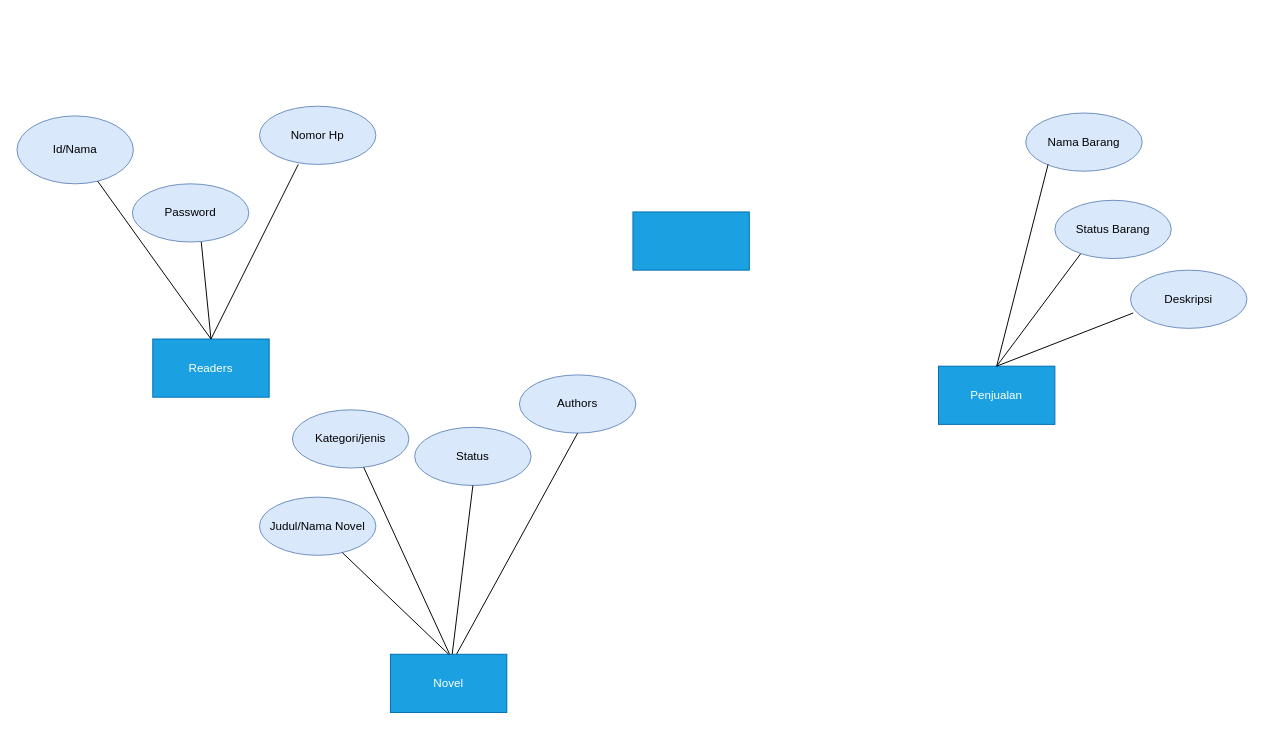
Nurrohman10/IF214002-2 keeps this draw.io diagram as page "Page-1" (1 of 2) of Pertemuan2Diagram.drawio. Above is the earlier version. Source tidied: cells renumbered, new cells numbered last; positions are measured from the earlier drawing's top-left corner, leaving out a move shared by most shapes. Both pictures are drawn from the tidied source at 97%, with x=0, y=0 at pixel (16, 106).
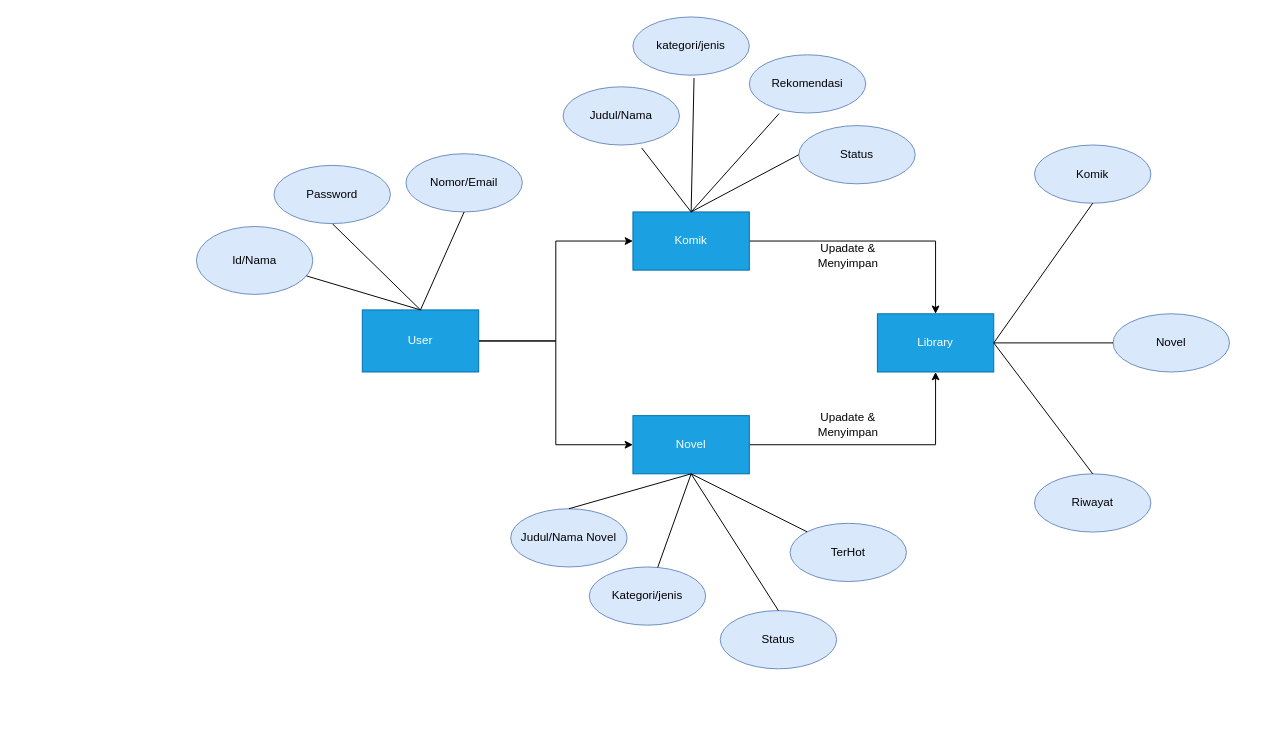
Above is the later version.

What changed in the source:
```diff
@@
+    <mxCell id="26" style="edgeStyle=orthogonalEdgeStyle;rounded=0;jettySize=auto;html=1;entryX=0;entryY=0.5;entryDx=0;entryDy=0;" parent="1" edge="1" source="2" target="9">
+      <mxGeometry relative="1" as="geometry" />
+    </mxCell>
+    <mxCell id="27" style="edgeStyle=orthogonalEdgeStyle;rounded=0;jettySize=auto;html=1;entryX=0;entryY=0.5;entryDx=0;entryDy=0;" parent="1" edge="1" source="2" target="25">
+      <mxGeometry relative="1" as="geometry" />
+    </mxCell>
-    <mxCell id="2" value="Readers" style="rounded=0;whiteSpace=wrap;html=1;fillColor=#1ba1e2;strokeColor=#006EAF;fontColor=#ffffff;" parent="1" vertex="1">
-      <mxGeometry x="140" y="240" width="120" height="60" as="geometry" />
+    <mxCell id="2" value="User" style="rounded=0;whiteSpace=wrap;html=1;fillColor=#1ba1e2;strokeColor=#006EAF;fontColor=#ffffff;" parent="1" vertex="1">
+      <mxGeometry x="356" y="210" width="120" height="64" as="geometry" />
     </mxCell>
     <mxCell id="3" value="Id/Nama" style="ellipse;whiteSpace=wrap;html=1;fillColor=#dae8fc;strokeColor=#6c8ebf;" parent="1" vertex="1">
-      <mxGeometry y="10" width="120" height="70" as="geometry" />
+      <mxGeometry x="185" y="124" width="120" height="70" as="geometry" />
     </mxCell>
@@
-    <mxCell id="5" style="endArrow=none;html=1;rounded=0;" parent="1" edge="1">
-      <mxGeometry relative="1" as="geometry">
-        <mxPoint x="200" y="240" as="sourcePoint" />
-        <mxPoint x="190" y="140" as="targetPoint" />
-      </mxGeometry>
+    <mxCell id="5" style="endArrow=none;html=1;rounded=0;exitX=0.5;exitY=0;exitDx=0;exitDy=0;entryX=0.5;entryY=1;entryDx=0;entryDy=0;" parent="1" edge="1" source="2" target="7">
+      <mxGeometry relative="1" as="geometry" />
     </mxCell>
-    <mxCell id="6" value="Nomor Hp" style="ellipse;whiteSpace=wrap;html=1;fillColor=#dae8fc;strokeColor=#6c8ebf;" parent="1" vertex="1">
-      <mxGeometry x="250" width="120" height="60" as="geometry" />
+    <mxCell id="6" value="Nomor/Email" style="ellipse;whiteSpace=wrap;html=1;fillColor=#dae8fc;strokeColor=#6c8ebf;" parent="1" vertex="1">
+      <mxGeometry x="401" y="49" width="120" height="60" as="geometry" />
     </mxCell>
     <mxCell id="7" value="Password" style="ellipse;whiteSpace=wrap;html=1;fillColor=#dae8fc;strokeColor=#6c8ebf;" parent="1" vertex="1">
-      <mxGeometry x="119" y="80" width="120" height="60" as="geometry" />
+      <mxGeometry x="265" y="61" width="120" height="60" as="geometry" />
     </mxCell>
-    <mxCell id="8" style="endArrow=none;html=1;rounded=0;" parent="1" edge="1">
-      <mxGeometry relative="1" as="geometry">
-        <mxPoint x="200" y="240" as="sourcePoint" />
-        <mxPoint x="290" y="60" as="targetPoint" />
-      </mxGeometry>
+    <mxCell id="8" style="endArrow=none;html=1;rounded=0;entryX=0.5;entryY=1;entryDx=0;entryDy=0;exitX=0.5;exitY=0;exitDx=0;exitDy=0;" parent="1" edge="1" source="2" target="6">
+      <mxGeometry relative="1" as="geometry" />
     </mxCell>
+    <mxCell id="28" style="edgeStyle=orthogonalEdgeStyle;rounded=0;jettySize=auto;html=1;entryX=0.5;entryY=1;entryDx=0;entryDy=0;" parent="1" edge="1" source="9" target="38">
+      <mxGeometry relative="1" as="geometry" />
+    </mxCell>
     <mxCell id="9" value="Novel" style="rounded=0;whiteSpace=wrap;html=1;fillColor=#1ba1e2;strokeColor=#006EAF;fontColor=#ffffff;" parent="1" vertex="1">
-      <mxGeometry x="385" y="565" width="120" height="60" as="geometry" />
+      <mxGeometry x="635" y="319" width="120" height="60" as="geometry" />
     </mxCell>
     <mxCell id="10" value="Judul/Nama Novel" style="ellipse;whiteSpace=wrap;html=1;fillColor=#dae8fc;strokeColor=#6c8ebf;" parent="1" vertex="1">
-      <mxGeometry x="250" y="403" width="120" height="60" as="geometry" />
+      <mxGeometry x="509" y="415" width="120" height="60" as="geometry" />
     </mxCell>
     <mxCell id="11" value="Kategori/jenis" style="ellipse;whiteSpace=wrap;html=1;fillColor=#dae8fc;strokeColor=#6c8ebf;" parent="1" vertex="1">
-      <mxGeometry x="284" y="313" width="120" height="60" as="geometry" />
+      <mxGeometry x="590" y="475" width="120" height="60" as="geometry" />
     </mxCell>
     <mxCell id="12" value="Status" style="ellipse;whiteSpace=wrap;html=1;fillColor=#dae8fc;strokeColor=#6c8ebf;" parent="1" vertex="1">
-      <mxGeometry x="410" y="331" width="120" height="60" as="geometry" />
+      <mxGeometry x="725" y="520" width="120" height="60" as="geometry" />
     </mxCell>
-    <mxCell id="13" value="Authors" style="ellipse;whiteSpace=wrap;html=1;fillColor=#dae8fc;strokeColor=#6c8ebf;" parent="1" vertex="1">
-      <mxGeometry x="518" y="277" width="120" height="60" as="geometry" />
+    <mxCell id="13" value="TerHot" style="ellipse;whiteSpace=wrap;html=1;fillColor=#dae8fc;strokeColor=#6c8ebf;" parent="1" vertex="1">
+      <mxGeometry x="797" y="430" width="120" height="60" as="geometry" />
     </mxCell>
-    <mxCell id="14" style="endArrow=none;html=1;rounded=0;entryX=0.712;entryY=0.954;entryDx=0;entryDy=0;entryPerimeter=0;exitX=0.5;exitY=0;exitDx=0;exitDy=0;" parent="1" edge="1" source="9" target="10">
-      <mxGeometry relative="1" as="geometry" />
-    </mxCell>
-    <mxCell id="15" style="endArrow=none;html=1;rounded=0;" parent="1" edge="1" target="11">
-      <mxGeometry relative="1" as="geometry">
-        <mxPoint x="446" y="565" as="sourcePoint" />
-      </mxGeometry>
+    <mxCell id="15" style="endArrow=none;html=1;rounded=0;exitX=0.5;exitY=1;exitDx=0;exitDy=0;" parent="1" edge="1" source="9" target="11">
+      <mxGeometry relative="1" as="geometry" />
     </mxCell>
-    <mxCell id="16" style="endArrow=none;html=1;rounded=0;entryX=0.5;entryY=1;entryDx=0;entryDy=0;" parent="1" edge="1" source="9" target="12">
+    <mxCell id="16" style="endArrow=none;html=1;rounded=0;entryX=0.5;entryY=0;entryDx=0;entryDy=0;exitX=0.5;exitY=1;exitDx=0;exitDy=0;" parent="1" edge="1" source="9" target="12">
       <mxGeometry relative="1" as="geometry" />
     </mxCell>
+    <mxCell id="29" style="edgeStyle=orthogonalEdgeStyle;rounded=0;jettySize=auto;html=1;entryX=0.5;entryY=0;entryDx=0;entryDy=0;" parent="1" edge="1" source="25" target="38">
+      <mxGeometry relative="1" as="geometry" />
+    </mxCell>
+    <mxCell id="25" value="Komik" style="rounded=0;whiteSpace=wrap;html=1;fillColor=#1ba1e2;fontColor=#ffffff;strokeColor=#006EAF;" parent="1" vertex="1">
+      <mxGeometry x="635" y="109" width="120" height="60" as="geometry" />
+    </mxCell>
+    <mxCell id="30" value="Judul/Nama" style="ellipse;whiteSpace=wrap;html=1;fillColor=#dae8fc;strokeColor=#6c8ebf;" parent="1" vertex="1">
+      <mxGeometry x="563" y="-20" width="120" height="60" as="geometry" />
+    </mxCell>
+    <mxCell id="31" value="Status" style="ellipse;whiteSpace=wrap;html=1;fillColor=#dae8fc;strokeColor=#6c8ebf;" parent="1" vertex="1">
+      <mxGeometry x="806" y="20" width="120" height="60" as="geometry" />
+    </mxCell>
+    <mxCell id="32" value="Rekomendasi" style="ellipse;whiteSpace=wrap;html=1;fillColor=#dae8fc;strokeColor=#6c8ebf;" parent="1" vertex="1">
+      <mxGeometry x="755" y="-53" width="120" height="60" as="geometry" />
+    </mxCell>
+    <mxCell id="33" value="kategori/jenis" style="ellipse;whiteSpace=wrap;html=1;fillColor=#dae8fc;strokeColor=#6c8ebf;" parent="1" vertex="1">
+      <mxGeometry x="635" y="-92" width="120" height="60" as="geometry" />
+    </mxCell>
+    <mxCell id="34" style="endArrow=none;html=1;rounded=0;entryX=0.675;entryY=1.05;entryDx=0;entryDy=0;entryPerimeter=0;exitX=0.5;exitY=0;exitDx=0;exitDy=0;" parent="1" edge="1" source="25" target="30">
+      <mxGeometry relative="1" as="geometry" />
+    </mxCell>
+    <mxCell id="35" style="endArrow=none;html=1;rounded=0;exitX=0.5;exitY=0;exitDx=0;exitDy=0;" parent="1" edge="1" source="25">
+      <mxGeometry relative="1" as="geometry">
+        <mxPoint x="698" y="-29" as="targetPoint" />
+      </mxGeometry>
+    </mxCell>
+    <mxCell id="36" style="endArrow=none;html=1;rounded=0;entryX=0.256;entryY=1.01;entryDx=0;entryDy=0;entryPerimeter=0;exitX=0.5;exitY=0;exitDx=0;exitDy=0;" parent="1" edge="1" source="25" target="32">
+      <mxGeometry relative="1" as="geometry" />
+    </mxCell>
+    <mxCell id="37" style="endArrow=none;html=1;rounded=0;entryX=0;entryY=0.5;entryDx=0;entryDy=0;exitX=0.5;exitY=0;exitDx=0;exitDy=0;" parent="1" edge="1" source="25" target="31">
+      <mxGeometry relative="1" as="geometry" />
+    </mxCell>
+    <mxCell id="14" style="endArrow=none;html=1;rounded=0;entryX=0.5;entryY=0;entryDx=0;entryDy=0;exitX=0.5;exitY=1;exitDx=0;exitDy=0;" parent="1" edge="1" source="9" target="10">
+      <mxGeometry relative="1" as="geometry" />
+    </mxCell>
-    <mxCell id="17" style="endArrow=none;html=1;rounded=0;entryX=0.5;entryY=1;entryDx=0;entryDy=0;exitX=0.568;exitY=-0.001;exitDx=0;exitDy=0;exitPerimeter=0;" parent="1" edge="1" source="9" target="13">
+    <mxCell id="17" style="endArrow=none;html=1;rounded=0;entryX=0;entryY=0;entryDx=0;entryDy=0;exitX=0.5;exitY=1;exitDx=0;exitDy=0;" parent="1" edge="1" source="9" target="13">
       <mxGeometry relative="1" as="geometry" />
     </mxCell>
-    <mxCell id="18" value="Penjualan" style="rounded=0;whiteSpace=wrap;html=1;fillColor=#1ba1e2;fontColor=#ffffff;strokeColor=#006EAF;" parent="1" vertex="1">
-      <mxGeometry x="950" y="268" width="120" height="60" as="geometry" />
-    </mxCell>
-    <mxCell id="19" value="Nama Barang" style="ellipse;whiteSpace=wrap;html=1;fillColor=#dae8fc;strokeColor=#6c8ebf;" parent="1" vertex="1">
-      <mxGeometry x="1040" y="7" width="120" height="60" as="geometry" />
-    </mxCell>
-    <mxCell id="20" value="Status Barang" style="ellipse;whiteSpace=wrap;html=1;fillColor=#dae8fc;strokeColor=#6c8ebf;" parent="1" vertex="1">
-      <mxGeometry x="1070" y="97" width="120" height="60" as="geometry" />
-    </mxCell>
-    <mxCell id="21" value="Deskripsi" style="ellipse;whiteSpace=wrap;html=1;fillColor=#dae8fc;strokeColor=#6c8ebf;" parent="1" vertex="1">
-      <mxGeometry x="1148" y="169" width="120" height="60" as="geometry" />
-    </mxCell>
-    <mxCell id="22" style="endArrow=none;html=1;rounded=0;exitX=0.5;exitY=0;exitDx=0;exitDy=0;" parent="1" edge="1" source="18">
-      <mxGeometry relative="1" as="geometry">
-        <mxPoint x="1063" y="60" as="targetPoint" />
-      </mxGeometry>
-    </mxCell>
-    <mxCell id="23" style="endArrow=none;html=1;rounded=0;exitX=0.5;exitY=0;exitDx=0;exitDy=0;entryX=0.222;entryY=0.917;entryDx=0;entryDy=0;entryPerimeter=0;" parent="1" edge="1" source="18" target="20">
-      <mxGeometry relative="1" as="geometry" />
-    </mxCell>
-    <mxCell id="24" style="endArrow=none;html=1;rounded=0;exitX=0.5;exitY=0;exitDx=0;exitDy=0;entryX=0.023;entryY=0.736;entryDx=0;entryDy=0;entryPerimeter=0;" parent="1" edge="1" source="18" target="21">
-      <mxGeometry relative="1" as="geometry" />
-    </mxCell>
-    <mxCell id="25" style="rounded=0;whiteSpace=wrap;html=1;fillColor=#1ba1e2;fontColor=#ffffff;strokeColor=#006EAF;" parent="1" vertex="1">
-      <mxGeometry x="635" y="109" width="120" height="60" as="geometry" />
-    </mxCell>
+    <mxCell id="38" value="Library" style="rounded=0;whiteSpace=wrap;html=1;fillColor=#1ba1e2;strokeColor=#006EAF;fontColor=#ffffff;" parent="1" vertex="1">
+      <mxGeometry x="887" y="214" width="120" height="60" as="geometry" />
+    </mxCell>
+    <mxCell id="39" value="Komik" style="ellipse;whiteSpace=wrap;html=1;fillColor=#dae8fc;strokeColor=#6c8ebf;" parent="1" vertex="1">
+      <mxGeometry x="1049" y="40" width="120" height="60" as="geometry" />
+    </mxCell>
+    <mxCell id="40" value="Novel" style="ellipse;whiteSpace=wrap;html=1;fillColor=#dae8fc;strokeColor=#6c8ebf;" parent="1" vertex="1">
+      <mxGeometry x="1130" y="214" width="120" height="60" as="geometry" />
+    </mxCell>
+    <mxCell id="41" value="Riwayat" style="ellipse;whiteSpace=wrap;html=1;fillColor=#dae8fc;strokeColor=#6c8ebf;" parent="1" vertex="1">
+      <mxGeometry x="1049" y="379" width="120" height="60" as="geometry" />
+    </mxCell>
+    <mxCell id="42" value="Upadate &amp;amp; Menyimpan" style="text;html=1;strokeColor=none;fillColor=none;align=center;verticalAlign=middle;whiteSpace=wrap;rounded=0;" parent="1" vertex="1">
+      <mxGeometry x="827" y="139" width="60" height="30" as="geometry" />
+    </mxCell>
+    <mxCell id="43" value="Upadate &amp;amp; Menyimpan" style="text;html=1;strokeColor=none;fillColor=none;align=center;verticalAlign=middle;whiteSpace=wrap;rounded=0;" parent="1" vertex="1">
+      <mxGeometry x="827" y="313" width="60" height="30" as="geometry" />
+    </mxCell>
+    <mxCell id="44" style="endArrow=none;html=1;rounded=0;entryX=0.5;entryY=1;entryDx=0;entryDy=0;exitX=1;exitY=0.5;exitDx=0;exitDy=0;" parent="1" edge="1" source="38" target="39">
+      <mxGeometry relative="1" as="geometry" />
+    </mxCell>
+    <mxCell id="45" style="endArrow=none;html=1;rounded=0;entryX=0;entryY=0.5;entryDx=0;entryDy=0;exitX=1;exitY=0.5;exitDx=0;exitDy=0;" parent="1" edge="1" source="38" target="40">
+      <mxGeometry relative="1" as="geometry" />
+    </mxCell>
+    <mxCell id="46" style="endArrow=none;html=1;rounded=0;entryX=0.5;entryY=0;entryDx=0;entryDy=0;exitX=1;exitY=0.5;exitDx=0;exitDy=0;" parent="1" edge="1" source="38" target="41">
+      <mxGeometry relative="1" as="geometry" />
+    </mxCell>
```
